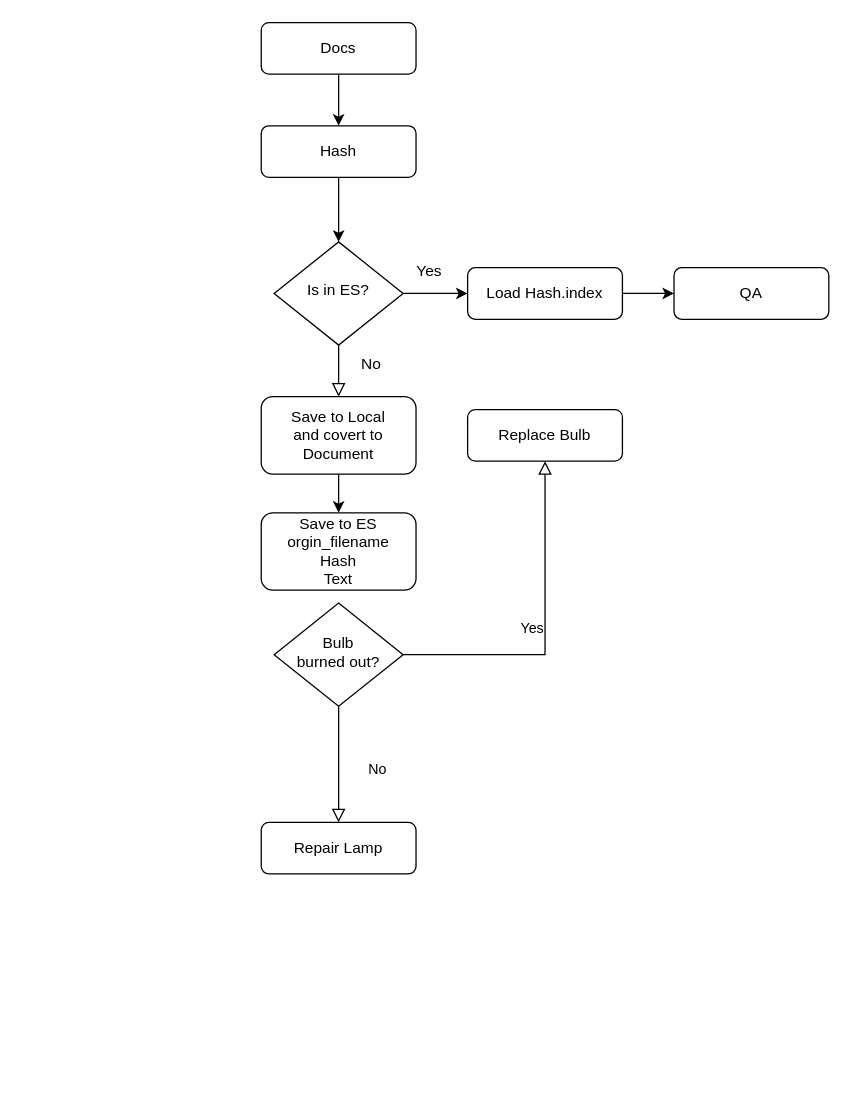
Above: 文档上传流程.drawio in Magicen0722/draw (draw.io), before the change. Source tidied: cells renumbered, new cells numbered last; positions are measured from the earlier drawing's top-left corner, leaving out a move shared by most shapes. Both pictures are drawn from the tidied source at 129%, with x=0, y=0 at pixel (261, 22).
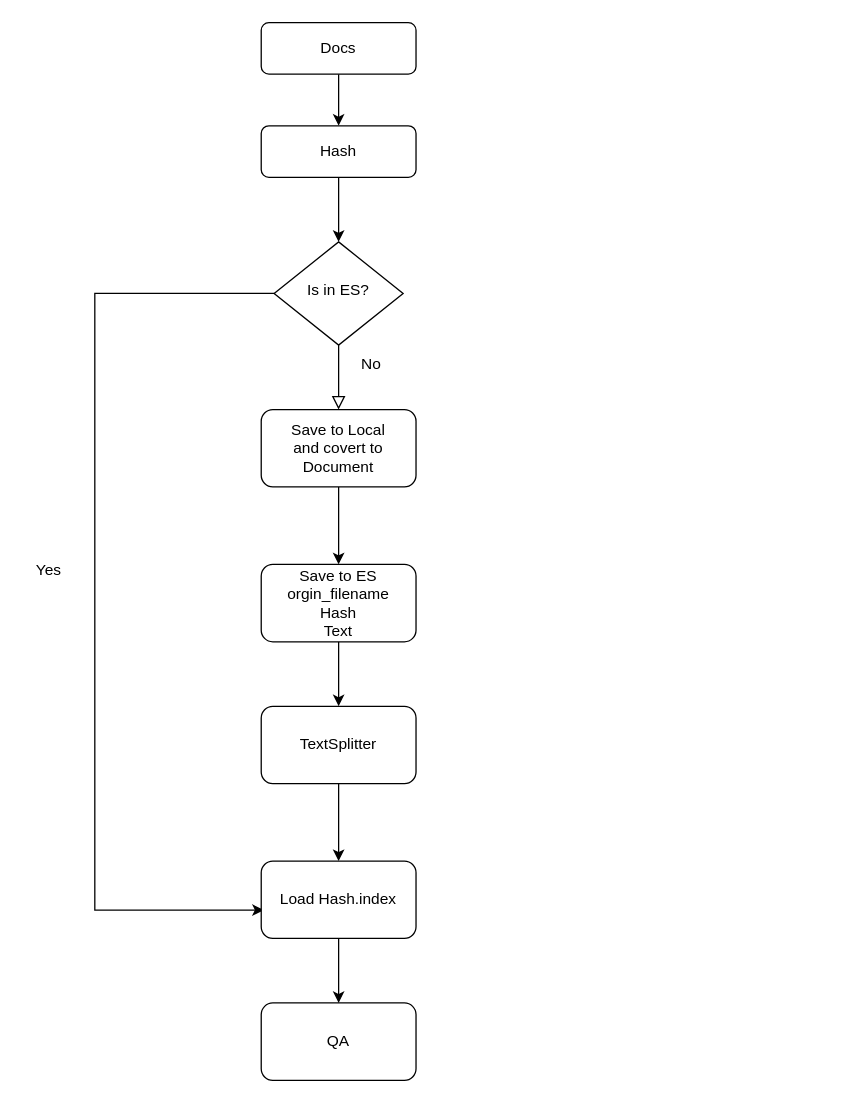
Above is the later version.

Commit message:
更新文档上传流程.drawio

Unchanged cells that the change refers to:
```xml
<mxCell id="5" value="Is in ES?" style="rhombus;whiteSpace=wrap;html=1;shadow=0;fontFamily=Helvetica;fontSize=12;align=center;strokeWidth=1;spacing=6;spacingTop=-4;" parent="1" vertex="1">
  <mxGeometry x="10" y="170" width="100" height="80" as="geometry" />
</mxCell>
```

Change to the diagram source:
```diff
@@
-    <mxCell id="4" style="edgeStyle=orthogonalEdgeStyle;rounded=0;jettySize=auto;html=1;exitX=1;exitY=0.5;exitDx=0;exitDy=0;entryX=0;entryY=0.5;entryDx=0;entryDy=0;" parent="1" edge="1" source="5" target="7">
-      <mxGeometry relative="1" as="geometry" />
+    <mxCell id="4" style="edgeStyle=orthogonalEdgeStyle;rounded=0;jettySize=auto;html=1;entryX=0.017;entryY=0.633;entryDx=0;entryDy=0;entryPerimeter=0;" parent="1" edge="1" source="5" target="7">
+      <mxGeometry relative="1" as="geometry">
+        <Array as="points">
+          <mxPoint x="-129" y="210" />
+          <mxPoint x="-129" y="688" />
+        </Array>
+      </mxGeometry>
     </mxCell>
@@
-    <mxCell id="6" style="edgeStyle=orthogonalEdgeStyle;rounded=0;jettySize=auto;html=1;exitX=1;exitY=0.5;exitDx=0;exitDy=0;" parent="1" edge="1" source="7">
-      <mxGeometry relative="1" as="geometry">
-        <mxPoint x="320" y="210" as="targetPoint" />
-      </mxGeometry>
-    </mxCell>
-    <mxCell id="7" value="Load Hash.index" style="rounded=1;whiteSpace=wrap;html=1;fontSize=12;glass=0;strokeWidth=1;shadow=0;" parent="1" vertex="1">
-      <mxGeometry x="160" y="190" width="120" height="40" as="geometry" />
-    </mxCell>
-    <mxCell id="8" value="No" style="rounded=0;html=1;jettySize=auto;fontSize=11;endArrow=block;endFill=0;endSize=8;strokeWidth=1;shadow=0;labelBackgroundColor=none;edgeStyle=orthogonalEdgeStyle;" parent="1" edge="1" source="10" target="11">
-      <mxGeometry x="0.09" y="30" relative="1" as="geometry" />
-    </mxCell>
-    <mxCell id="9" value="Yes" style="edgeStyle=orthogonalEdgeStyle;rounded=0;html=1;jettySize=auto;fontSize=11;endArrow=block;endFill=0;endSize=8;strokeWidth=1;shadow=0;labelBackgroundColor=none;" parent="1" edge="1" source="10" target="12">
-      <mxGeometry y="10" relative="1" as="geometry" />
-    </mxCell>
-    <mxCell id="10" value="Bulb&lt;br&gt;burned out?" style="rhombus;whiteSpace=wrap;html=1;shadow=0;fontFamily=Helvetica;fontSize=12;align=center;strokeWidth=1;spacing=6;spacingTop=-4;" parent="1" vertex="1">
-      <mxGeometry x="10" y="450" width="100" height="80" as="geometry" />
-    </mxCell>
-    <mxCell id="11" value="Repair Lamp" style="rounded=1;whiteSpace=wrap;html=1;fontSize=12;glass=0;strokeWidth=1;shadow=0;" parent="1" vertex="1">
-      <mxGeometry y="620" width="120" height="40" as="geometry" />
-    </mxCell>
-    <mxCell id="12" value="Replace Bulb" style="rounded=1;whiteSpace=wrap;html=1;fontSize=12;glass=0;strokeWidth=1;shadow=0;" parent="1" vertex="1">
-      <mxGeometry x="160" y="300" width="120" height="40" as="geometry" />
-    </mxCell>
@@
     <mxCell id="17" value="Save to Local and&amp;nbsp;covert to Document" style="rounded=1;whiteSpace=wrap;html=1;" parent="1" vertex="1">
-      <mxGeometry y="290" width="120" height="60" as="geometry" />
+      <mxGeometry y="300" width="120" height="60" as="geometry" />
     </mxCell>
+    <mxCell id="20" value="No" style="text;html=1;align=center;verticalAlign=middle;strokeColor=none;fillColor=none;" parent="1" vertex="1">
+      <mxGeometry x="65" y="250" width="40" height="30" as="geometry" />
+    </mxCell>
+    <mxCell id="22" style="edgeStyle=orthogonalEdgeStyle;rounded=0;jettySize=auto;html=1;entryX=0.5;entryY=0;entryDx=0;entryDy=0;" parent="1" edge="1" source="21" target="24">
+      <mxGeometry relative="1" as="geometry" />
+    </mxCell>
+    <mxCell id="21" value="Save to ES&lt;br&gt;orgin_filename&lt;br&gt;Hash&lt;br&gt;Text" style="rounded=1;whiteSpace=wrap;html=1;" parent="1" vertex="1">
+      <mxGeometry y="420" width="120" height="60" as="geometry" />
+    </mxCell>
+    <mxCell id="23" style="edgeStyle=orthogonalEdgeStyle;rounded=0;jettySize=auto;html=1;" parent="1" edge="1" source="24" target="7">
+      <mxGeometry relative="1" as="geometry" />
+    </mxCell>
+    <mxCell id="24" value="TextSplitter" style="rounded=1;whiteSpace=wrap;html=1;" parent="1" vertex="1">
+      <mxGeometry y="530" width="120" height="60" as="geometry" />
+    </mxCell>
+    <mxCell id="25" style="edgeStyle=orthogonalEdgeStyle;rounded=0;jettySize=auto;html=1;" parent="1" edge="1" source="7" target="19">
+      <mxGeometry relative="1" as="geometry" />
+    </mxCell>
+    <mxCell id="7" value="Load Hash.index" style="whiteSpace=wrap;html=1;rounded=1;" parent="1" vertex="1">
+      <mxGeometry y="650" width="120" height="60" as="geometry" />
+    </mxCell>
     <mxCell id="18" value="Yes" style="text;html=1;align=center;verticalAlign=middle;strokeColor=none;fillColor=none;" parent="1" vertex="1">
-      <mxGeometry x="110" y="178" width="40" height="30" as="geometry" />
+      <mxGeometry x="-185" y="410" width="40" height="30" as="geometry" />
     </mxCell>
-    <mxCell id="19" value="QA" style="rounded=1;whiteSpace=wrap;html=1;" parent="1" vertex="1">
-      <mxGeometry x="320" y="190" width="120" height="40" as="geometry" />
+    <mxCell id="19" value="QA" style="whiteSpace=wrap;html=1;rounded=1;" parent="1" vertex="1">
+      <mxGeometry y="760" width="120" height="60" as="geometry" />
     </mxCell>
-    <mxCell id="20" value="No" style="text;html=1;align=center;verticalAlign=middle;strokeColor=none;fillColor=none;" parent="1" vertex="1">
-      <mxGeometry x="65" y="250" width="40" height="30" as="geometry" />
-    </mxCell>
-    <mxCell id="21" value="Save to ES&lt;br&gt;orgin_filename&lt;br&gt;Hash&lt;br&gt;Text" style="rounded=1;whiteSpace=wrap;html=1;" parent="1" vertex="1">
-      <mxGeometry y="380" width="120" height="60" as="geometry" />
-    </mxCell>
```
